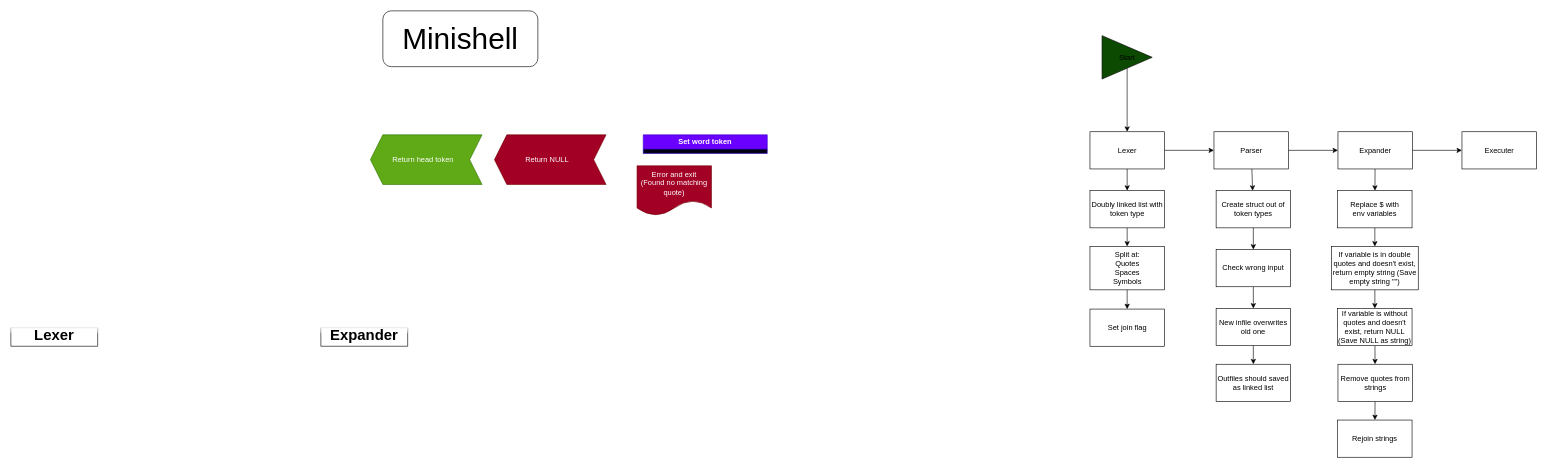
Earlier version of the draw.io diagram drawio/minishell.drawio (stevebalk/Minishell). Source tidied: cells renumbered, new cells numbered last; positions are measured from the earlier drawing's top-left corner, leaving out a move shared by most shapes. Both pictures are drawn from the tidied source at 62%, with x=0, y=0 at pixel (11, 11).
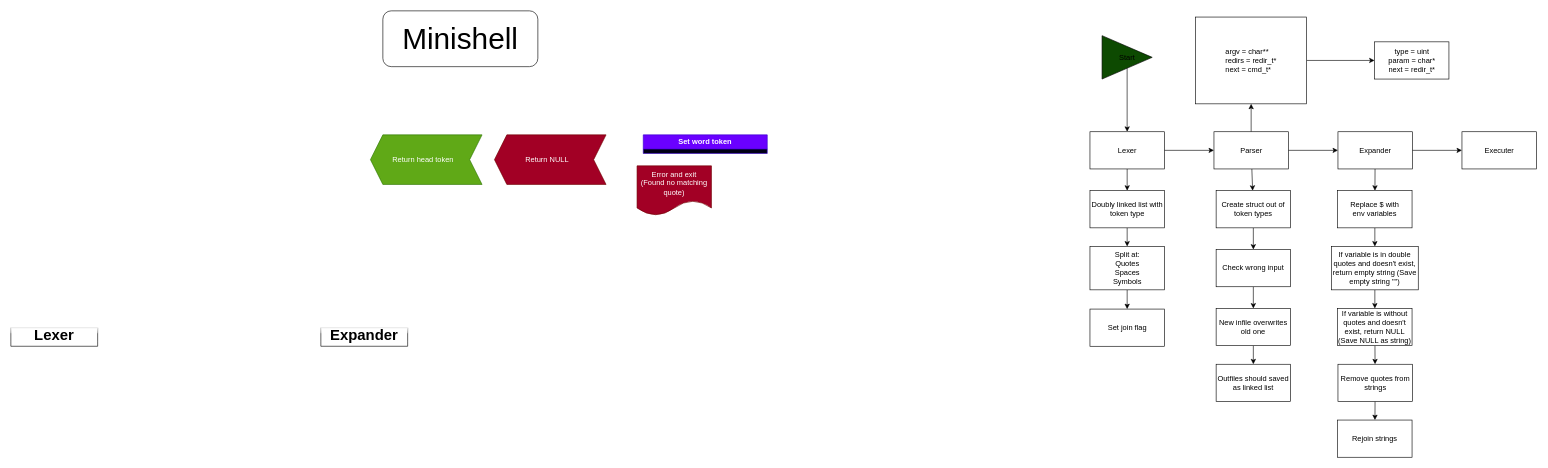
Above is the later version.

Unchanged cells that the change refers to:
```xml
<mxCell id="16" value="Parser" style="whiteSpace=wrap;html=1;strokeWidth=1;" parent="1" vertex="1">
  <mxGeometry x="1940.5" y="195" width="120" height="60" as="geometry" />
</mxCell>
```

What changed in the source:
```diff
@@
+    <mxCell id="42" style="edgeStyle=none;html=1;" parent="1" edge="1" source="16" target="44">
+      <mxGeometry relative="1" as="geometry" />
+    </mxCell>
@@
+    <mxCell id="43" style="edgeStyle=none;html=1;" parent="1" edge="1" source="44" target="45">
+      <mxGeometry relative="1" as="geometry" />
+    </mxCell>
+    <mxCell id="44" value="&lt;div style=&quot;text-align: left;&quot;&gt;argv = char**&lt;/div&gt;&lt;div style=&quot;text-align: left;&quot;&gt;redirs = redir_t*&lt;/div&gt;&lt;div style=&quot;text-align: left;&quot;&gt;next = cmd_t*&lt;/div&gt;" style="whiteSpace=wrap;html=1;strokeWidth=1;" parent="1" vertex="1">
+      <mxGeometry x="1910.9" y="10" width="179.1" height="140" as="geometry" />
+    </mxCell>
+    <mxCell id="45" value="type = uint&lt;br&gt;param = char*&lt;br&gt;next = redir_t*" style="whiteSpace=wrap;html=1;strokeWidth=1;" parent="1" vertex="1">
+      <mxGeometry x="2199.5" y="50" width="120" height="60" as="geometry" />
+    </mxCell>
```
